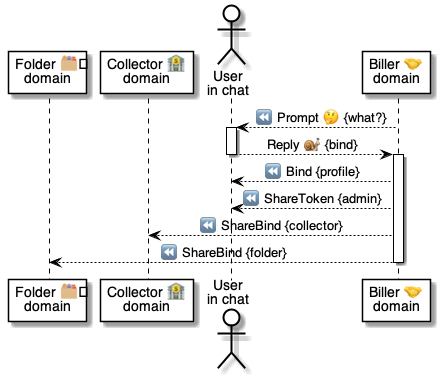
Earlier version of the PlantUML export 5 ⏩ Flows/07 🤝⏩ Billers/.📎 Assets/⚙️ Bind Biller.png (pollyweb-org/pollyweb-docs). Its source is kept beside it as 5 ⏩ Flows/07 🤝⏩ Billers/.📎 Assets/⚙️ Bind Biller.puml.
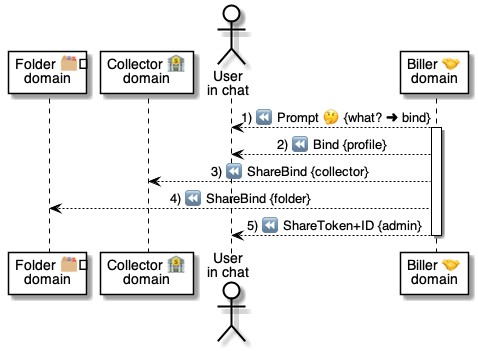
Above is the later version.

What changed in the source:
```diff
@@ -1,20 +1,17 @@
-@startuml Introduce
+@startuml Bind Biller
 
 participant "Folder 🗂️\ndomain" as folder
 participant "Collector 🏦\ndomain" as collector
 actor "User\nin chat" as user
 participant "Biller 🤝\ndomain" as biller
 
-biller --> user: ⏪ Prompt 🤔 {what?}
-activate user
-    user --> biller: Reply 🐌 {bind}
-deactivate user
+biller --> user: 1) ⏪ Prompt 🤔 {what? ➜ bind}
 
 activate biller
-    biller --> user: ⏪ Bind {profile}
-    biller --> user: ⏪ ShareToken {admin}
-    biller --> collector: ⏪ ShareBind {collector}
-    biller --> folder: ⏪ ShareBind {folder}
+    biller --> user: 2) ⏪ Bind {profile}
+    biller --> collector: 3) ⏪ ShareBind {collector}
+    biller --> folder: 4) ⏪ ShareBind {folder}
+    biller --> user: 5) ⏪ ShareToken+ID {admin}
 deactivate biller
 
 @enduml
```
